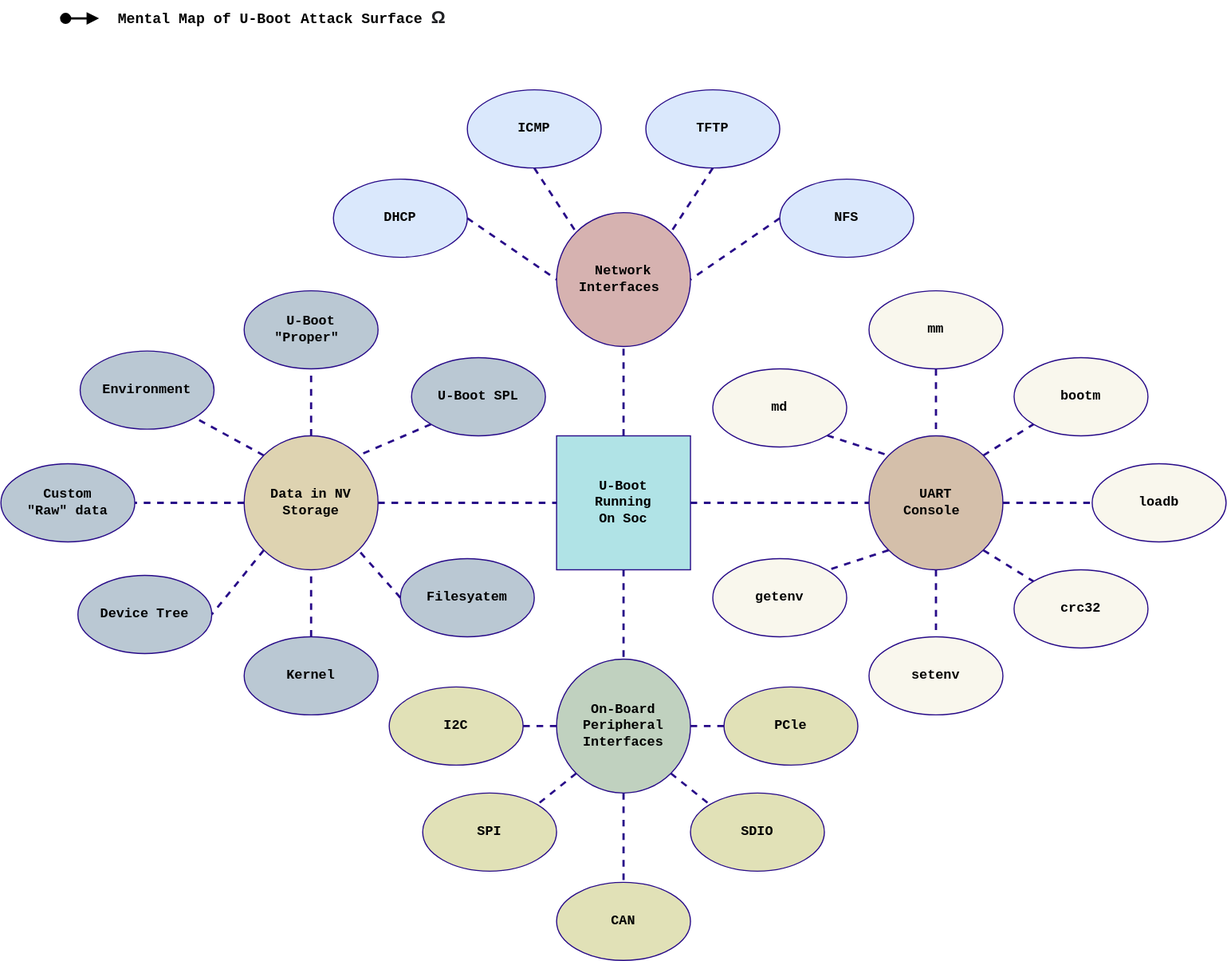
Before: Mental_map.svg, a diagram exported from draw.io (imrank03/rustBoot-book-diagrams). Source tidied: cells renumbered, new cells last; positions are measured from the earlier drawing's top-left corner, leaving out a move shared by most shapes.
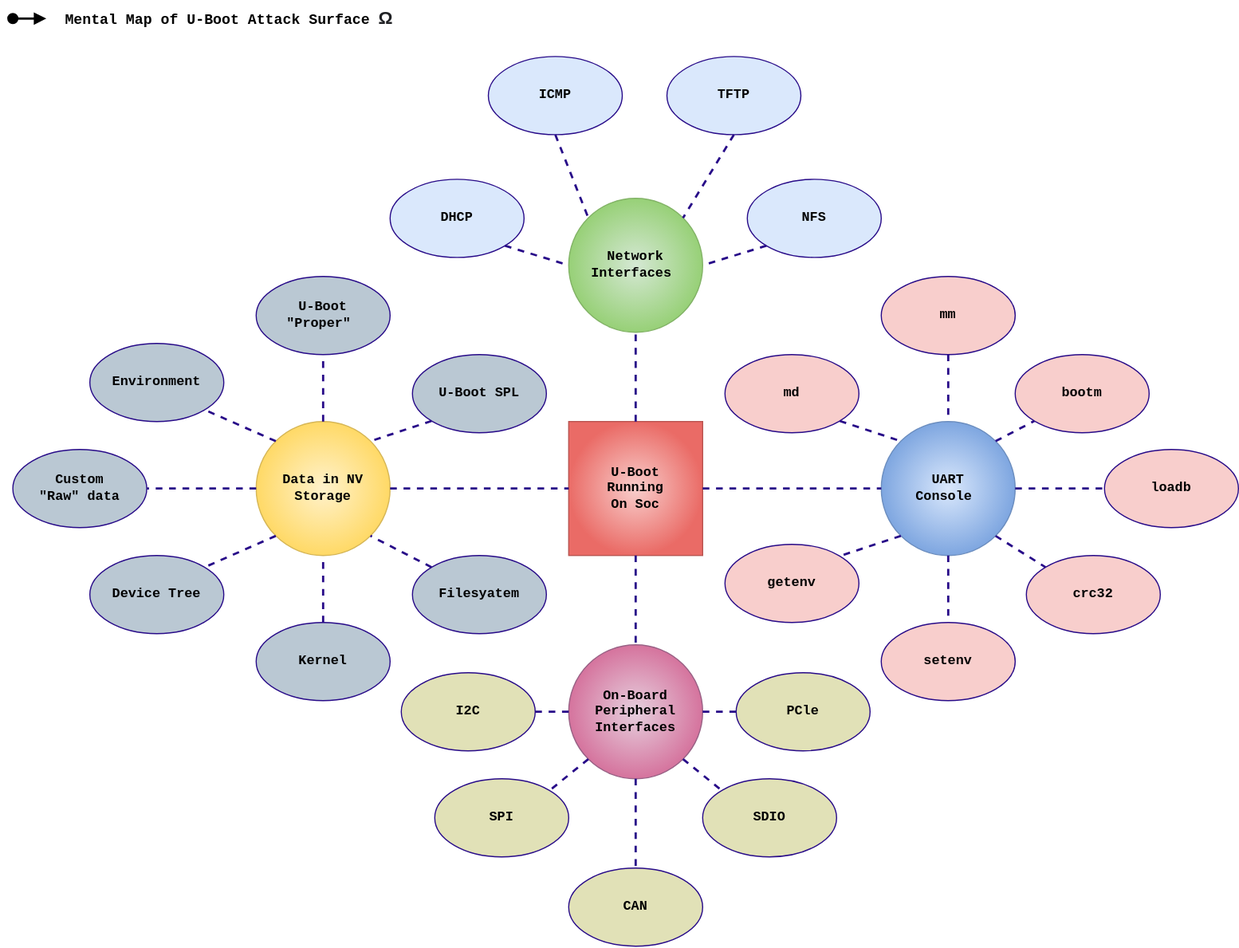
After the commit.

Commit message:
Correction, U-Boot attack surface diagram

What changed in the source:
```diff
@@ -4,9 +4,9 @@
     <mxCell id="1" parent="0" />
-    <mxCell id="2" value="U-Boot&lt;br&gt;Running &lt;br&gt;On Soc" style="whiteSpace=wrap;html=1;fillColor=#b0e3e6;strokeColor=#270A88;fontStyle=1;fontFamily=menlo, monaco, &quot;courier new&quot;, monospace;fontSource=https%3A%2F%2Ffonts.googleapis.com%2Fcss%3Ffamily%3Dmenlo%252C%2Bmonaco%252C%2B%2522courier%2Bnew%2522%252C%2Bmonospace;labelBackgroundColor=none;" parent="1" vertex="1">
+    <mxCell id="2" value="U-Boot&lt;br&gt;Running &lt;br&gt;On Soc" style="whiteSpace=wrap;html=1;fillColor=#f8cecc;strokeColor=#b85450;fontStyle=1;fontFamily=menlo, monaco, &quot;courier new&quot;, monospace;fontSource=https%3A%2F%2Ffonts.googleapis.com%2Fcss%3Ffamily%3Dmenlo%252C%2Bmonaco%252C%2B%2522courier%2Bnew%2522%252C%2Bmonospace;labelBackgroundColor=none;gradientColor=#ea6b66;gradientDirection=radial;" parent="1" vertex="1">
       <mxGeometry x="498" y="390" width="120" height="120" as="geometry" />
     </mxCell>
-    <mxCell id="3" value="Network&lt;br&gt;Interfaces&amp;nbsp;" style="ellipse;whiteSpace=wrap;html=1;fillColor=#D6B2B0;strokeColor=#270A88;fontStyle=1;fontFamily=menlo, monaco, &quot;courier new&quot;, monospace;fontSource=https%3A%2F%2Ffonts.googleapis.com%2Fcss%3Ffamily%3Dmenlo%252C%2Bmonaco%252C%2B%2522courier%2Bnew%2522%252C%2Bmonospace;labelBackgroundColor=none;" parent="1" vertex="1">
+    <mxCell id="3" value="Network&lt;br&gt;Interfaces&amp;nbsp;" style="ellipse;whiteSpace=wrap;html=1;fontStyle=1;fontFamily=menlo, monaco, &quot;courier new&quot;, monospace;fontSource=https%3A%2F%2Ffonts.googleapis.com%2Fcss%3Ffamily%3Dmenlo%252C%2Bmonaco%252C%2B%2522courier%2Bnew%2522%252C%2Bmonospace;labelBackgroundColor=none;fillColor=#d5e8d4;gradientColor=#97d077;strokeColor=#82b366;gradientDirection=radial;" parent="1" vertex="1">
       <mxGeometry x="498" y="190" width="120" height="120" as="geometry" />
     </mxCell>
-    <mxCell id="4" value="On-Board&lt;br&gt;Peripheral&lt;br&gt;Interfaces" style="ellipse;whiteSpace=wrap;html=1;fillColor=#C0D1BF;strokeColor=#270A88;fontStyle=1;fontFamily=menlo, monaco, &quot;courier new&quot;, monospace;fontSource=https%3A%2F%2Ffonts.googleapis.com%2Fcss%3Ffamily%3Dmenlo%252C%2Bmonaco%252C%2B%2522courier%2Bnew%2522%252C%2Bmonospace;labelBackgroundColor=none;" parent="1" vertex="1">
+    <mxCell id="4" value="On-Board&lt;br&gt;Peripheral&lt;br&gt;Interfaces" style="ellipse;whiteSpace=wrap;html=1;fillColor=#e6d0de;strokeColor=#996185;fontStyle=1;fontFamily=menlo, monaco, &quot;courier new&quot;, monospace;fontSource=https%3A%2F%2Ffonts.googleapis.com%2Fcss%3Ffamily%3Dmenlo%252C%2Bmonaco%252C%2B%2522courier%2Bnew%2522%252C%2Bmonospace;labelBackgroundColor=none;gradientColor=#d5739d;gradientDirection=radial;" parent="1" vertex="1">
       <mxGeometry x="498" y="590" width="120" height="120" as="geometry" />
@@ -14,8 +14,8 @@
     <mxCell id="5" value="ICMP" style="ellipse;whiteSpace=wrap;html=1;fillColor=#dae8fc;strokeColor=#270A88;fontStyle=1;fontFamily=menlo, monaco, &quot;courier new&quot;, monospace;fontSource=https%3A%2F%2Ffonts.googleapis.com%2Fcss%3Ffamily%3Dmenlo%252C%2Bmonaco%252C%2B%2522courier%2Bnew%2522%252C%2Bmonospace;labelBackgroundColor=none;" parent="1" vertex="1">
-      <mxGeometry x="418" y="80" width="120" height="70" as="geometry" />
+      <mxGeometry x="426" y="63" width="120" height="70" as="geometry" />
     </mxCell>
-    <mxCell id="6" value="UART&lt;br&gt;Console&amp;nbsp;" style="ellipse;whiteSpace=wrap;html=1;fillColor=#D4BFAA;strokeColor=#270A88;fontStyle=1;fontFamily=menlo, monaco, &quot;courier new&quot;, monospace;fontSource=https%3A%2F%2Ffonts.googleapis.com%2Fcss%3Ffamily%3Dmenlo%252C%2Bmonaco%252C%2B%2522courier%2Bnew%2522%252C%2Bmonospace;labelBackgroundColor=none;" parent="1" vertex="1">
+    <mxCell id="6" value="UART&lt;br&gt;Console&amp;nbsp;" style="ellipse;whiteSpace=wrap;html=1;fillColor=#dae8fc;strokeColor=#6c8ebf;fontStyle=1;fontFamily=menlo, monaco, &quot;courier new&quot;, monospace;fontSource=https%3A%2F%2Ffonts.googleapis.com%2Fcss%3Ffamily%3Dmenlo%252C%2Bmonaco%252C%2B%2522courier%2Bnew%2522%252C%2Bmonospace;labelBackgroundColor=none;gradientColor=#7ea6e0;gradientDirection=radial;" parent="1" vertex="1">
       <mxGeometry x="778" y="390" width="120" height="120" as="geometry" />
     </mxCell>
-    <mxCell id="7" value="Data in NV&lt;br&gt;Storage" style="ellipse;whiteSpace=wrap;html=1;fillColor=#DED3B1;strokeColor=#270A88;fontStyle=1;fontFamily=menlo, monaco, &quot;courier new&quot;, monospace;fontSource=https%3A%2F%2Ffonts.googleapis.com%2Fcss%3Ffamily%3Dmenlo%252C%2Bmonaco%252C%2B%2522courier%2Bnew%2522%252C%2Bmonospace;labelBackgroundColor=none;" parent="1" vertex="1">
+    <mxCell id="7" value="Data in NV&lt;br&gt;Storage" style="ellipse;whiteSpace=wrap;html=1;fillColor=#fff2cc;strokeColor=#d6b656;fontStyle=1;fontFamily=menlo, monaco, &quot;courier new&quot;, monospace;fontSource=https%3A%2F%2Ffonts.googleapis.com%2Fcss%3Ffamily%3Dmenlo%252C%2Bmonaco%252C%2B%2522courier%2Bnew%2522%252C%2Bmonospace;labelBackgroundColor=none;gradientColor=#ffd966;gradientDirection=radial;" parent="1" vertex="1">
       <mxGeometry x="218" y="390" width="120" height="120" as="geometry" />
@@ -35,9 +35,9 @@
     <mxCell id="12" value="TFTP" style="ellipse;whiteSpace=wrap;html=1;fillColor=#dae8fc;strokeColor=#270A88;fontStyle=1;fontFamily=menlo, monaco, &quot;courier new&quot;, monospace;fontSource=https%3A%2F%2Ffonts.googleapis.com%2Fcss%3Ffamily%3Dmenlo%252C%2Bmonaco%252C%2B%2522courier%2Bnew%2522%252C%2Bmonospace;labelBackgroundColor=none;" parent="1" vertex="1">
-      <mxGeometry x="578" y="80" width="120" height="70" as="geometry" />
+      <mxGeometry x="586" y="63" width="120" height="70" as="geometry" />
     </mxCell>
     <mxCell id="13" value="DHCP" style="ellipse;whiteSpace=wrap;html=1;fillColor=#dae8fc;strokeColor=#270A88;fontStyle=1;fontFamily=menlo, monaco, &quot;courier new&quot;, monospace;fontSource=https%3A%2F%2Ffonts.googleapis.com%2Fcss%3Ffamily%3Dmenlo%252C%2Bmonaco%252C%2B%2522courier%2Bnew%2522%252C%2Bmonospace;labelBackgroundColor=none;" parent="1" vertex="1">
-      <mxGeometry x="298" y="160" width="120" height="70" as="geometry" />
+      <mxGeometry x="338" y="173" width="120" height="70" as="geometry" />
     </mxCell>
     <mxCell id="14" value="NFS" style="ellipse;whiteSpace=wrap;html=1;fillColor=#dae8fc;strokeColor=#270A88;fontStyle=1;fontFamily=menlo, monaco, &quot;courier new&quot;, monospace;fontSource=https%3A%2F%2Ffonts.googleapis.com%2Fcss%3Ffamily%3Dmenlo%252C%2Bmonaco%252C%2B%2522courier%2Bnew%2522%252C%2Bmonospace;labelBackgroundColor=none;" parent="1" vertex="1">
-      <mxGeometry x="698" y="160" width="120" height="70" as="geometry" />
+      <mxGeometry x="658" y="173" width="120" height="70" as="geometry" />
     </mxCell>
@@ -52,15 +52,15 @@
     </mxCell>
-    <mxCell id="18" value="loadb" style="ellipse;whiteSpace=wrap;html=1;fillColor=#f9f7ed;strokeColor=#270A88;fontStyle=1;fontFamily=menlo, monaco, &quot;courier new&quot;, monospace;fontSource=https%3A%2F%2Ffonts.googleapis.com%2Fcss%3Ffamily%3Dmenlo%252C%2Bmonaco%252C%2B%2522courier%2Bnew%2522%252C%2Bmonospace;labelBackgroundColor=none;" parent="1" vertex="1">
+    <mxCell id="18" value="loadb" style="ellipse;whiteSpace=wrap;html=1;fillColor=#f8cecc;strokeColor=#270A88;fontStyle=1;fontFamily=menlo, monaco, &quot;courier new&quot;, monospace;fontSource=https%3A%2F%2Ffonts.googleapis.com%2Fcss%3Ffamily%3Dmenlo%252C%2Bmonaco%252C%2B%2522courier%2Bnew%2522%252C%2Bmonospace;labelBackgroundColor=none;" parent="1" vertex="1">
       <mxGeometry x="978" y="415" width="120" height="70" as="geometry" />
     </mxCell>
-    <mxCell id="19" value="mm" style="ellipse;whiteSpace=wrap;html=1;fillColor=#f9f7ed;strokeColor=#270A88;fontStyle=1;fontFamily=menlo, monaco, &quot;courier new&quot;, monospace;fontSource=https%3A%2F%2Ffonts.googleapis.com%2Fcss%3Ffamily%3Dmenlo%252C%2Bmonaco%252C%2B%2522courier%2Bnew%2522%252C%2Bmonospace;labelBackgroundColor=none;" parent="1" vertex="1">
+    <mxCell id="19" value="mm" style="ellipse;whiteSpace=wrap;html=1;fillColor=#f8cecc;strokeColor=#270A88;fontStyle=1;fontFamily=menlo, monaco, &quot;courier new&quot;, monospace;fontSource=https%3A%2F%2Ffonts.googleapis.com%2Fcss%3Ffamily%3Dmenlo%252C%2Bmonaco%252C%2B%2522courier%2Bnew%2522%252C%2Bmonospace;labelBackgroundColor=none;" parent="1" vertex="1">
       <mxGeometry x="778" y="260" width="120" height="70" as="geometry" />
     </mxCell>
-    <mxCell id="20" value="setenv" style="ellipse;whiteSpace=wrap;html=1;fillColor=#f9f7ed;strokeColor=#270A88;fontStyle=1;fontFamily=menlo, monaco, &quot;courier new&quot;, monospace;fontSource=https%3A%2F%2Ffonts.googleapis.com%2Fcss%3Ffamily%3Dmenlo%252C%2Bmonaco%252C%2B%2522courier%2Bnew%2522%252C%2Bmonospace;labelBackgroundColor=none;" parent="1" vertex="1">
+    <mxCell id="20" value="setenv" style="ellipse;whiteSpace=wrap;html=1;fillColor=#f8cecc;strokeColor=#270A88;fontStyle=1;fontFamily=menlo, monaco, &quot;courier new&quot;, monospace;fontSource=https%3A%2F%2Ffonts.googleapis.com%2Fcss%3Ffamily%3Dmenlo%252C%2Bmonaco%252C%2B%2522courier%2Bnew%2522%252C%2Bmonospace;labelBackgroundColor=none;" parent="1" vertex="1">
       <mxGeometry x="778" y="570" width="120" height="70" as="geometry" />
     </mxCell>
-    <mxCell id="21" value="getenv" style="ellipse;whiteSpace=wrap;html=1;fillColor=#f9f7ed;strokeColor=#270A88;fontStyle=1;fontFamily=menlo, monaco, &quot;courier new&quot;, monospace;fontSource=https%3A%2F%2Ffonts.googleapis.com%2Fcss%3Ffamily%3Dmenlo%252C%2Bmonaco%252C%2B%2522courier%2Bnew%2522%252C%2Bmonospace;labelBackgroundColor=none;" parent="1" vertex="1">
+    <mxCell id="21" value="getenv" style="ellipse;whiteSpace=wrap;html=1;fillColor=#f8cecc;strokeColor=#270A88;fontStyle=1;fontFamily=menlo, monaco, &quot;courier new&quot;, monospace;fontSource=https%3A%2F%2Ffonts.googleapis.com%2Fcss%3Ffamily%3Dmenlo%252C%2Bmonaco%252C%2B%2522courier%2Bnew%2522%252C%2Bmonospace;labelBackgroundColor=none;" parent="1" vertex="1">
       <mxGeometry x="638" y="500" width="120" height="70" as="geometry" />
     </mxCell>
-    <mxCell id="22" value="md" style="ellipse;whiteSpace=wrap;html=1;fillColor=#f9f7ed;strokeColor=#270A88;fontStyle=1;fontFamily=menlo, monaco, &quot;courier new&quot;, monospace;fontSource=https%3A%2F%2Ffonts.googleapis.com%2Fcss%3Ffamily%3Dmenlo%252C%2Bmonaco%252C%2B%2522courier%2Bnew%2522%252C%2Bmonospace;labelBackgroundColor=none;" parent="1" vertex="1">
+    <mxCell id="22" value="md" style="ellipse;whiteSpace=wrap;html=1;fillColor=#f8cecc;strokeColor=#270A88;fontStyle=1;fontFamily=menlo, monaco, &quot;courier new&quot;, monospace;fontSource=https%3A%2F%2Ffonts.googleapis.com%2Fcss%3Ffamily%3Dmenlo%252C%2Bmonaco%252C%2B%2522courier%2Bnew%2522%252C%2Bmonospace;labelBackgroundColor=none;" parent="1" vertex="1">
       <mxGeometry x="638" y="330" width="120" height="70" as="geometry" />
@@ -68,17 +68,17 @@
     <mxCell id="23" value="U-Boot SPL" style="ellipse;whiteSpace=wrap;html=1;fillColor=#bac8d3;strokeColor=#270A88;fontStyle=1;fontFamily=menlo, monaco, &quot;courier new&quot;, monospace;fontSource=https%3A%2F%2Ffonts.googleapis.com%2Fcss%3Ffamily%3Dmenlo%252C%2Bmonaco%252C%2B%2522courier%2Bnew%2522%252C%2Bmonospace;labelBackgroundColor=none;" parent="1" vertex="1">
-      <mxGeometry x="368" y="320" width="120" height="70" as="geometry" />
+      <mxGeometry x="358" y="330" width="120" height="70" as="geometry" />
     </mxCell>
     <mxCell id="24" value="Environment" style="ellipse;whiteSpace=wrap;html=1;fillColor=#bac8d3;strokeColor=#270A88;fontStyle=1;fontFamily=menlo, monaco, &quot;courier new&quot;, monospace;fontSource=https%3A%2F%2Ffonts.googleapis.com%2Fcss%3Ffamily%3Dmenlo%252C%2Bmonaco%252C%2B%2522courier%2Bnew%2522%252C%2Bmonospace;labelBackgroundColor=none;" parent="1" vertex="1">
-      <mxGeometry x="71" y="314" width="120" height="70" as="geometry" />
+      <mxGeometry x="69" y="320" width="120" height="70" as="geometry" />
     </mxCell>
     <mxCell id="25" value="Device Tree" style="ellipse;whiteSpace=wrap;html=1;fillColor=#bac8d3;strokeColor=#270A88;fontStyle=1;fontFamily=menlo, monaco, &quot;courier new&quot;, monospace;fontSource=https%3A%2F%2Ffonts.googleapis.com%2Fcss%3Ffamily%3Dmenlo%252C%2Bmonaco%252C%2B%2522courier%2Bnew%2522%252C%2Bmonospace;labelBackgroundColor=none;" parent="1" vertex="1">
-      <mxGeometry x="69" y="515" width="120" height="70" as="geometry" />
+      <mxGeometry x="69" y="510" width="120" height="70" as="geometry" />
     </mxCell>
     <mxCell id="26" value="Filesyatem" style="ellipse;whiteSpace=wrap;html=1;fillColor=#bac8d3;strokeColor=#270A88;fontStyle=1;fontFamily=menlo, monaco, &quot;courier new&quot;, monospace;fontSource=https%3A%2F%2Ffonts.googleapis.com%2Fcss%3Ffamily%3Dmenlo%252C%2Bmonaco%252C%2B%2522courier%2Bnew%2522%252C%2Bmonospace;labelBackgroundColor=none;" parent="1" vertex="1">
-      <mxGeometry x="358" y="500" width="120" height="70" as="geometry" />
+      <mxGeometry x="358" y="510" width="120" height="70" as="geometry" />
     </mxCell>
-    <mxCell id="27" value="bootm" style="ellipse;whiteSpace=wrap;html=1;fillColor=#f9f7ed;strokeColor=#270A88;fontStyle=1;fontFamily=menlo, monaco, &quot;courier new&quot;, monospace;fontSource=https%3A%2F%2Ffonts.googleapis.com%2Fcss%3Ffamily%3Dmenlo%252C%2Bmonaco%252C%2B%2522courier%2Bnew%2522%252C%2Bmonospace;labelBackgroundColor=none;" parent="1" vertex="1">
-      <mxGeometry x="908" y="320" width="120" height="70" as="geometry" />
+    <mxCell id="27" value="bootm" style="ellipse;whiteSpace=wrap;html=1;fillColor=#f8cecc;strokeColor=#270A88;fontStyle=1;fontFamily=menlo, monaco, &quot;courier new&quot;, monospace;fontSource=https%3A%2F%2Ffonts.googleapis.com%2Fcss%3Ffamily%3Dmenlo%252C%2Bmonaco%252C%2B%2522courier%2Bnew%2522%252C%2Bmonospace;labelBackgroundColor=none;" parent="1" vertex="1">
+      <mxGeometry x="898" y="330" width="120" height="70" as="geometry" />
     </mxCell>
-    <mxCell id="28" value="crc32" style="ellipse;whiteSpace=wrap;html=1;fillColor=#f9f7ed;strokeColor=#270A88;fontStyle=1;fontFamily=menlo, monaco, &quot;courier new&quot;, monospace;fontSource=https%3A%2F%2Ffonts.googleapis.com%2Fcss%3Ffamily%3Dmenlo%252C%2Bmonaco%252C%2B%2522courier%2Bnew%2522%252C%2Bmonospace;labelBackgroundColor=none;" parent="1" vertex="1">
+    <mxCell id="28" value="crc32" style="ellipse;whiteSpace=wrap;html=1;fillColor=#f8cecc;strokeColor=#270A88;fontStyle=1;fontFamily=menlo, monaco, &quot;courier new&quot;, monospace;fontSource=https%3A%2F%2Ffonts.googleapis.com%2Fcss%3Ffamily%3Dmenlo%252C%2Bmonaco%252C%2B%2522courier%2Bnew%2522%252C%2Bmonospace;labelBackgroundColor=none;" parent="1" vertex="1">
       <mxGeometry x="908" y="510" width="120" height="70" as="geometry" />
@@ -100,3 +100,3 @@
     </mxCell>
-    <mxCell id="34" style="endArrow=none;html=1;exitX=1;exitY=0.5;exitDx=0;exitDy=0;entryX=0;entryY=0.5;entryDx=0;entryDy=0;dashed=1;strokeWidth=2;fontStyle=1;fontFamily=menlo, monaco, &quot;courier new&quot;, monospace;fontSource=https%3A%2F%2Ffonts.googleapis.com%2Fcss%3Ffamily%3Dmenlo%252C%2Bmonaco%252C%2B%2522courier%2Bnew%2522%252C%2Bmonospace;strokeColor=#270A88;labelBackgroundColor=none;" parent="1" edge="1" source="13" target="3">
+    <mxCell id="34" style="endArrow=none;html=1;exitX=1;exitY=1;exitDx=0;exitDy=0;entryX=0;entryY=0.5;entryDx=0;entryDy=0;dashed=1;strokeWidth=2;fontStyle=1;fontFamily=menlo, monaco, &quot;courier new&quot;, monospace;fontSource=https%3A%2F%2Ffonts.googleapis.com%2Fcss%3Ffamily%3Dmenlo%252C%2Bmonaco%252C%2B%2522courier%2Bnew%2522%252C%2Bmonospace;strokeColor=#270A88;labelBackgroundColor=none;" parent="1" edge="1" source="13" target="3">
       <mxGeometry relative="1" as="geometry" />
@@ -109,3 +109,3 @@
     </mxCell>
-    <mxCell id="37" style="endArrow=none;html=1;strokeColor=#270A88;exitX=0;exitY=0.5;exitDx=0;exitDy=0;entryX=1;entryY=0.5;entryDx=0;entryDy=0;fontStyle=1;dashed=1;strokeWidth=2;fontFamily=menlo, monaco, &quot;courier new&quot;, monospace;fontSource=https%3A%2F%2Ffonts.googleapis.com%2Fcss%3Ffamily%3Dmenlo%252C%2Bmonaco%252C%2B%2522courier%2Bnew%2522%252C%2Bmonospace;labelBackgroundColor=none;" parent="1" edge="1" source="14" target="3">
+    <mxCell id="37" style="endArrow=none;html=1;strokeColor=#270A88;exitX=0;exitY=1;exitDx=0;exitDy=0;entryX=1;entryY=0.5;entryDx=0;entryDy=0;fontStyle=1;dashed=1;strokeWidth=2;fontFamily=menlo, monaco, &quot;courier new&quot;, monospace;fontSource=https%3A%2F%2Ffonts.googleapis.com%2Fcss%3Ffamily%3Dmenlo%252C%2Bmonaco%252C%2B%2522courier%2Bnew%2522%252C%2Bmonospace;labelBackgroundColor=none;" parent="1" edge="1" source="14" target="3">
       <mxGeometry relative="1" as="geometry" />
@@ -121,6 +121,6 @@
     </mxCell>
-    <mxCell id="41" style="endArrow=none;html=1;strokeColor=#270A88;exitX=0;exitY=0.5;exitDx=0;exitDy=0;entryX=1;entryY=1;entryDx=0;entryDy=0;dashed=1;strokeWidth=2;fontStyle=1;fontFamily=menlo, monaco, &quot;courier new&quot;, monospace;fontSource=https%3A%2F%2Ffonts.googleapis.com%2Fcss%3Ffamily%3Dmenlo%252C%2Bmonaco%252C%2B%2522courier%2Bnew%2522%252C%2Bmonospace;labelBackgroundColor=none;" parent="1" edge="1" source="26" target="7">
+    <mxCell id="41" style="endArrow=none;html=1;strokeColor=#270A88;exitX=0;exitY=0;exitDx=0;exitDy=0;entryX=1;entryY=1;entryDx=0;entryDy=0;dashed=1;strokeWidth=2;fontStyle=1;fontFamily=menlo, monaco, &quot;courier new&quot;, monospace;fontSource=https%3A%2F%2Ffonts.googleapis.com%2Fcss%3Ffamily%3Dmenlo%252C%2Bmonaco%252C%2B%2522courier%2Bnew%2522%252C%2Bmonospace;labelBackgroundColor=none;" parent="1" edge="1" source="26" target="7">
       <mxGeometry relative="1" as="geometry" />
     </mxCell>
-    <mxCell id="42" style="endArrow=none;html=1;strokeColor=#270A88;exitX=0;exitY=1;exitDx=0;exitDy=0;entryX=1;entryY=0.5;entryDx=0;entryDy=0;dashed=1;strokeWidth=2;fontStyle=1;fontFamily=menlo, monaco, &quot;courier new&quot;, monospace;fontSource=https%3A%2F%2Ffonts.googleapis.com%2Fcss%3Ffamily%3Dmenlo%252C%2Bmonaco%252C%2B%2522courier%2Bnew%2522%252C%2Bmonospace;labelBackgroundColor=none;" parent="1" edge="1" source="7" target="25">
+    <mxCell id="42" style="endArrow=none;html=1;strokeColor=#270A88;exitX=0;exitY=1;exitDx=0;exitDy=0;dashed=1;strokeWidth=2;fontStyle=1;fontFamily=menlo, monaco, &quot;courier new&quot;, monospace;fontSource=https%3A%2F%2Ffonts.googleapis.com%2Fcss%3Ffamily%3Dmenlo%252C%2Bmonaco%252C%2B%2522courier%2Bnew%2522%252C%2Bmonospace;labelBackgroundColor=none;entryX=1;entryY=0;entryDx=0;entryDy=0;" parent="1" edge="1" source="7" target="25">
       <mxGeometry relative="1" as="geometry" />
@@ -171,6 +171,6 @@
       <mxGeometry relative="1" as="geometry">
-        <mxPoint x="58" y="16" as="sourcePoint" />
-        <mxPoint x="88" y="16" as="targetPoint" />
+        <mxPoint y="29" as="sourcePoint" />
+        <mxPoint x="30" y="29" as="targetPoint" />
         <Array as="points">
-          <mxPoint x="88" y="16" />
+          <mxPoint x="30" y="29" />
         </Array>
@@ -179,3 +179,3 @@
     <mxCell id="58" value="&lt;span style=&quot;font-weight: 700&quot;&gt;&lt;font face=&quot;menlo, monaco, courier new, monospace&quot; style=&quot;font-size: 13px&quot;&gt;Mental Map of U-Boot Attack Surface&amp;nbsp;&lt;/font&gt;&lt;/span&gt;&lt;b style=&quot;color: rgb(32, 33, 36); font-family: arial, sans-serif; font-size: 16px; text-align: left;&quot;&gt;Ω&lt;/b&gt;" style="text;html=1;strokeColor=none;fillColor=none;align=center;verticalAlign=middle;whiteSpace=wrap;rounded=0;labelBackgroundColor=none;" parent="1" vertex="1">
-      <mxGeometry x="98" width="308" height="30" as="geometry" />
+      <mxGeometry x="40" y="13" width="308" height="30" as="geometry" />
     </mxCell>
```
